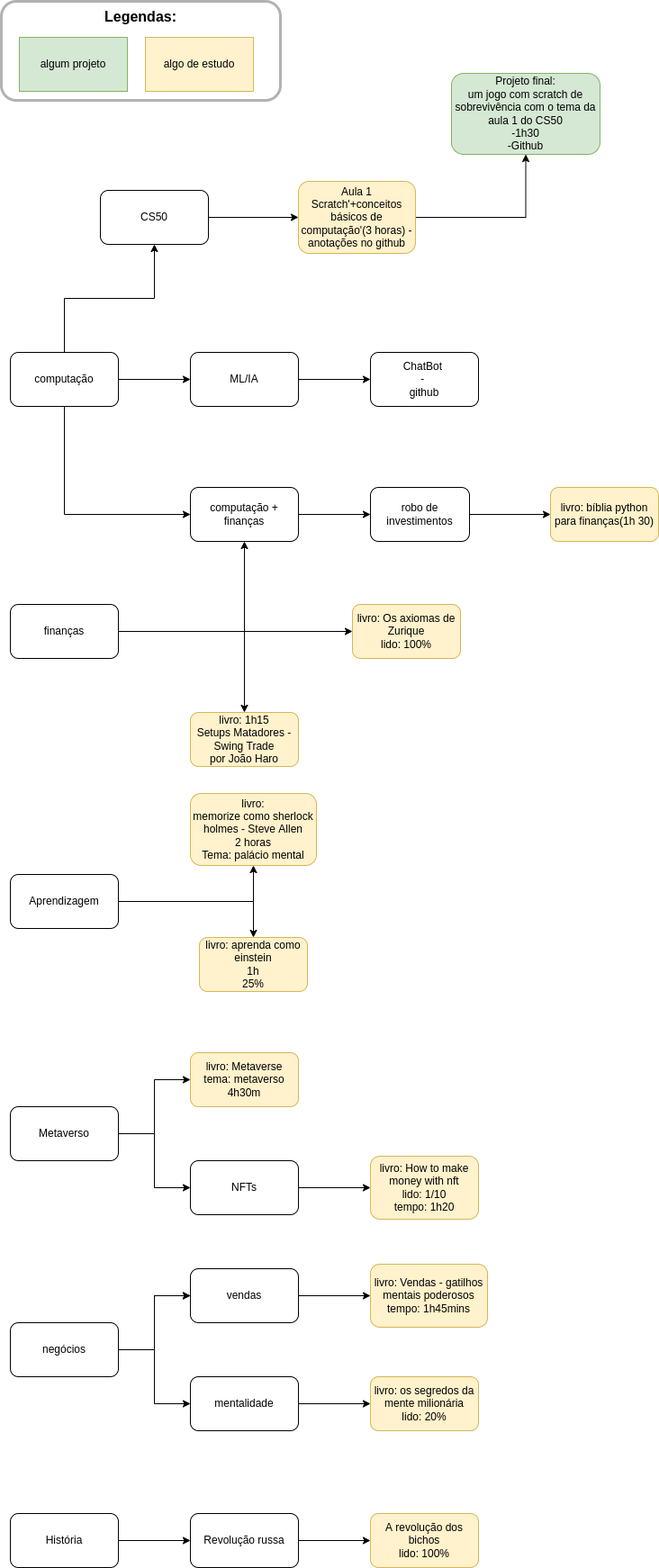
gu-nog/my-studies keeps this draw.io diagram as mystudies.drawio.png. Above is the earlier version. Source tidied: cells renumbered, new cells last; positions are measured from the earlier drawing's top-left corner, leaving out a move shared by most shapes.
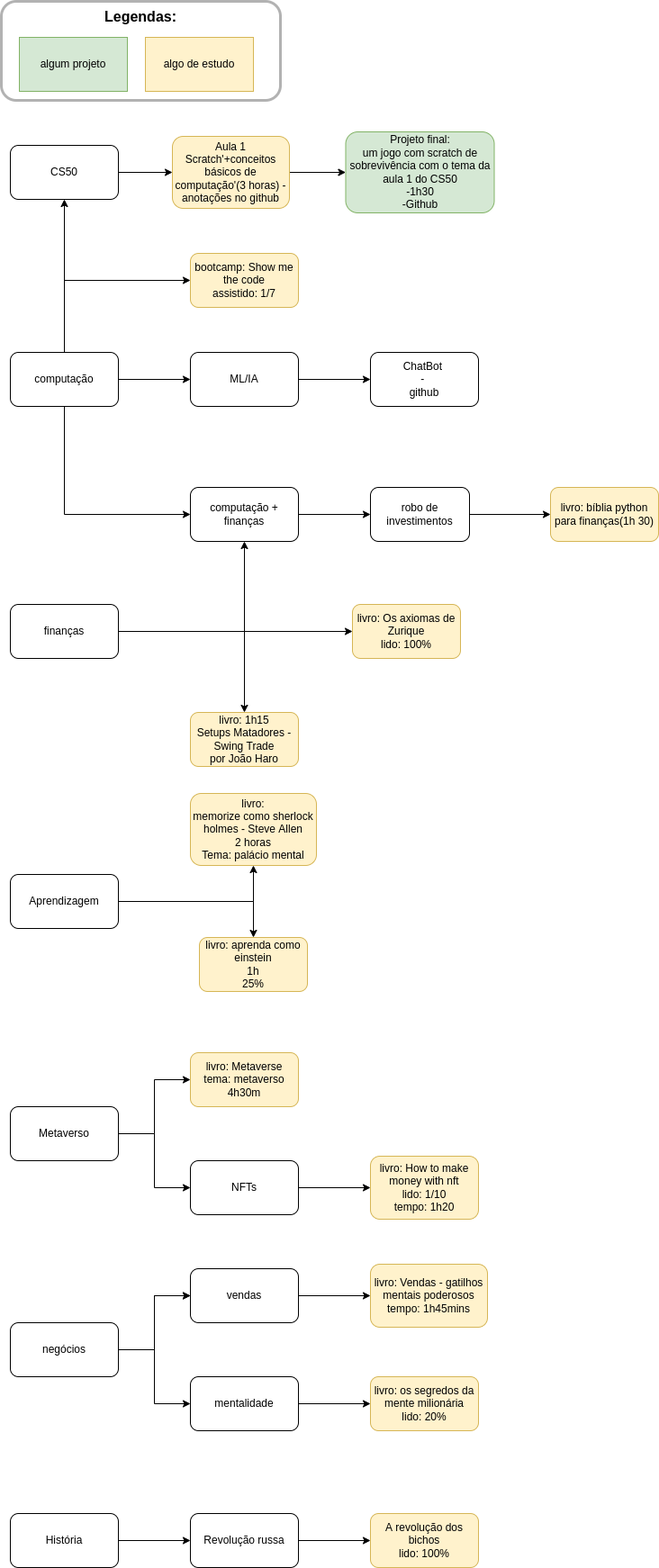
After the commit.

The edit, as a diff of the source:
```diff
@@ -8,6 +8,13 @@
     <mxCell id="3" style="edgeStyle=orthogonalEdgeStyle;rounded=0;jettySize=auto;html=1;" parent="1" edge="1" source="4" target="27">
       <mxGeometry relative="1" as="geometry" />
     </mxCell>
+    <mxCell id="55" style="edgeStyle=orthogonalEdgeStyle;rounded=0;jettySize=auto;html=1;" parent="1" edge="1" source="4" target="56">
+      <mxGeometry relative="1" as="geometry">
+        <Array as="points">
+          <mxPoint x="70" y="310" />
+        </Array>
+      </mxGeometry>
+    </mxCell>
     <mxCell id="4" value="computação" style="rounded=1;whiteSpace=wrap;html=1;" parent="1" vertex="1">
       <mxGeometry x="10" y="390" width="120" height="60" as="geometry" />
     </mxCell>
@@ -15,13 +22,13 @@
       <mxGeometry relative="1" as="geometry" />
     </mxCell>
     <mxCell id="6" value="CS50" style="whiteSpace=wrap;html=1;rounded=1;" parent="1" vertex="1">
-      <mxGeometry x="110" y="210" width="120" height="60" as="geometry" />
+      <mxGeometry x="10" y="160" width="120" height="60" as="geometry" />
     </mxCell>
     <mxCell id="7" style="edgeStyle=orthogonalEdgeStyle;rounded=0;jettySize=auto;html=1;" parent="1" edge="1" source="8" target="20">
       <mxGeometry relative="1" as="geometry" />
     </mxCell>
     <mxCell id="8" value="Aula 1&lt;br&gt;Scratch'+conceitos básicos de computação'(3 horas) - anotações no github" style="whiteSpace=wrap;html=1;rounded=1;fillColor=#fff2cc;strokeColor=#d6b656;" parent="1" vertex="1">
-      <mxGeometry x="330" y="200" width="130" height="80" as="geometry" />
+      <mxGeometry x="190" y="150" width="130" height="80" as="geometry" />
     </mxCell>
     <mxCell id="9" style="edgeStyle=orthogonalEdgeStyle;rounded=0;jettySize=auto;html=1;" parent="1" edge="1" source="11" target="13">
       <mxGeometry relative="1" as="geometry" />
@@ -61,7 +68,7 @@
       <mxGeometry x="160" y="40" width="120" height="60" as="geometry" />
     </mxCell>
     <mxCell id="20" value="&lt;span&gt;Projeto final:&lt;/span&gt;&lt;br&gt;&lt;span&gt;um jogo com scratch de sobrevivência com o tema da aula 1 do CS50&lt;/span&gt;&lt;br&gt;&lt;span&gt;-1h30&lt;/span&gt;&lt;br&gt;&lt;span&gt;-Github&lt;/span&gt;" style="whiteSpace=wrap;html=1;fillColor=#d5e8d4;strokeColor=#82b366;rounded=1;" parent="1" vertex="1">
-      <mxGeometry x="500" y="80" width="165" height="90" as="geometry" />
+      <mxGeometry x="382.5" y="145" width="165" height="90" as="geometry" />
     </mxCell>
     <mxCell id="21" value="&lt;font style=&quot;font-size: 16px&quot;&gt;&lt;b&gt;&lt;font style=&quot;font-size: 16px&quot;&gt;Legendas:&lt;br&gt;&lt;/font&gt;&lt;br&gt;&lt;br&gt;&lt;br&gt;&lt;/b&gt;&lt;br&gt;&lt;/font&gt;" style="rounded=1;opacity=30;shadow=0;glass=0;sketch=0;fillColor=none;strokeColor=#000000;strokeWidth=3;html=1;whiteSpace=wrap;" parent="1" vertex="1">
       <mxGeometry width="310" height="110" as="geometry" />
@@ -180,5 +187,8 @@
     <mxCell id="54" value="A revolução dos bichos&lt;br&gt;lido: 100%" style="whiteSpace=wrap;html=1;rounded=1;fillColor=#fff2cc;strokeColor=#d6b656;" parent="1" vertex="1">
       <mxGeometry x="410" y="1680" width="120" height="60" as="geometry" />
     </mxCell>
+    <mxCell id="56" value="bootcamp: Show me the code&lt;br&gt;assistido: 1/7" style="whiteSpace=wrap;html=1;rounded=1;fillColor=#fff2cc;strokeColor=#d6b656;" parent="1" vertex="1">
+      <mxGeometry x="210" y="280" width="120" height="60" as="geometry" />
+    </mxCell>
   </root>
 </mxGraphModel>
```
